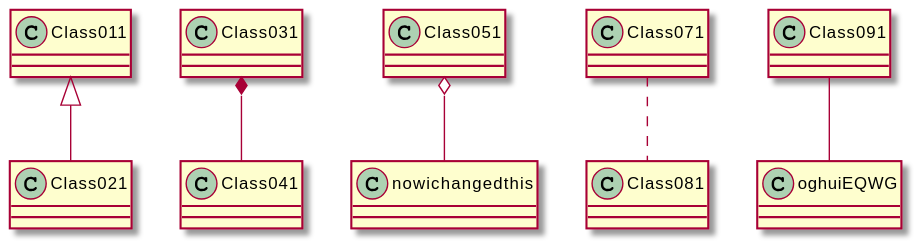
The PlantUML diagram meilenstein_03/sub/pumltest2.svg in weichware10/meilensteine, before a commit.
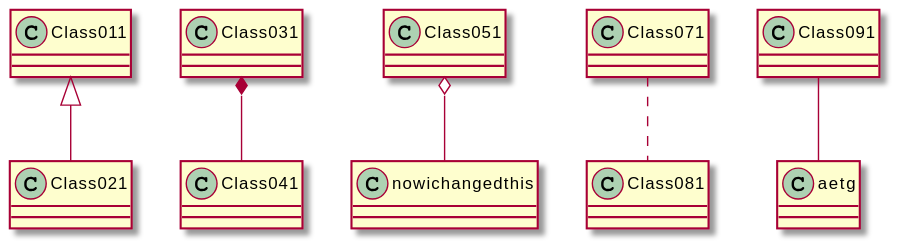
Above is the later version.

Commit message:
Render PlantUML SVGs

The edit, as a diff of the source:
```diff
@@ -3,5 +3,5 @@
 Class031 *-- Class041
 Class051 o-- nowichangedthis
 Class071 .. Class081
-Class091 -- oghuiEQWG
+Class091 -- aetg
 @enduml
```
